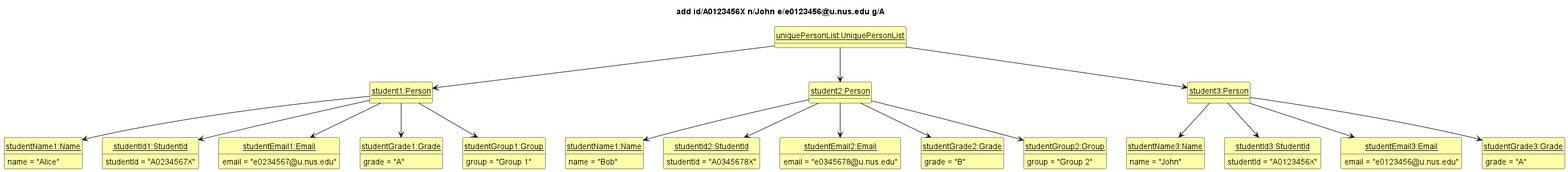
This is docs/images/AddState2.png from willowisp01/tp, a PlantUML export, as it was before one commit.
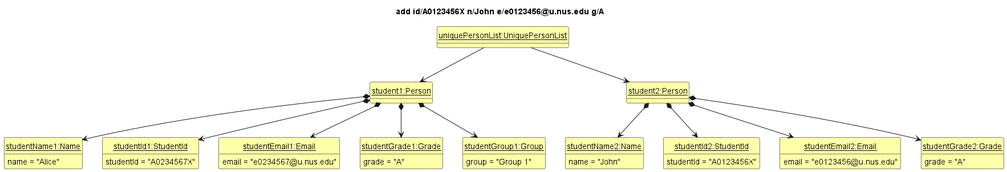
Above is the later version.

Change to the diagram source:
```diff
@@ -11,67 +11,44 @@
 class uniquePersonList as "<u>uniquePersonList:UniquePersonList</u>"
 class student1 as "<u>student1:Person</u>" {}
 class student2 as "<u>student2:Person</u>" {}
-class student3 as "<u>student3:Person</u>" {}
 class studentName1 as "<u>studentName1:Name</u>" {
     name = "Alice"
 }
-class studentName2 as "<u>studentName1:Name</u>" {
-    name = "Bob"
-}
-class studentName3 as "<u>studentName3:Name</u>" {
+class studentName2 as "<u>studentName2:Name</u>" {
     name = "John"
 }
 class studentId1 as "<u>studentId1:StudentId</u>" {
     studentId = "A0234567X"
 }
 class studentId2 as "<u>studentId2:StudentId</u>" {
-    studentId = "A0345678X"
-}
-class studentId3 as "<u>studentId3:StudentId</u>" {
     studentId = "A0123456X"
 }
 class studentEmail1 as "<u>studentEmail1:Email</u>" {
     email = "e0234567@u.nus.edu"
 }
 class studentEmail2 as "<u>studentEmail2:Email</u>" {
-    email = "e0345678@u.nus.edu"
-}
-class studentEmail3 as "<u>studentEmail3:Email</u>" {
     email = "e0123456@u.nus.edu"
 }
 class studentGrade1 as "<u>studentGrade1:Grade</u>" {
     grade = "A"
 }
 class studentGrade2 as "<u>studentGrade2:Grade</u>" {
-    grade = "B"
-}
-class studentGrade3 as "<u>studentGrade3:Grade</u>" {
     grade = "A"
 }
 class studentGroup1 as "<u>studentGroup1:Group</u>" {
     group = "Group 1"
 }
-class studentGroup2 as "<u>studentGroup2:Group</u>" {
-    group = "Group 2"
-}
 student1 -[hidden]right-> student2
-student2 -[hidden]right-> student3
 
 uniquePersonList -down-> student1
 uniquePersonList -down-> student2
-uniquePersonList -down-> student3
-student1 -down-> studentName1
-student2 -down-> studentName2
-student3 -down-> studentName3
-student1 -down-> studentId1
-student2 -down-> studentId2
-student3 -down-> studentId3
-student1 -down-> studentEmail1
-student2 -down-> studentEmail2
-student3 -down-> studentEmail3
-student1 -down-> studentGrade1
-student2 -down-> studentGrade2
-student3 -down-> studentGrade3
-student1 -down-> studentGroup1
-student2 -down-> studentGroup2
+student1 *-down-> studentName1
+student2 *-down-> studentName2
+student1 *-down-> studentId1
+student2 *-down-> studentId2
+student1 *-down-> studentEmail1
+student2 *-down-> studentEmail2
+student1 *-down-> studentGrade1
+student2 *-down-> studentGrade2
+student1 *-down-> studentGroup1
 @enduml
```
